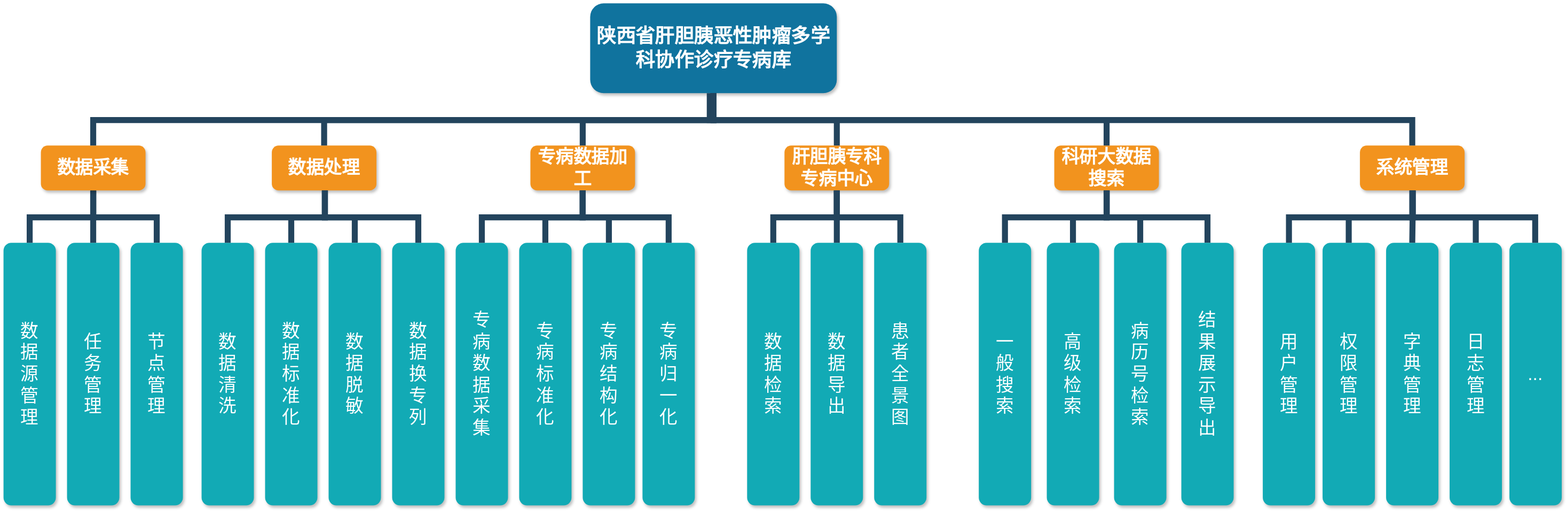
young2hao/test keeps this draw.io diagram as gnjgt.svg. Above is the earlier version. Source tidied: cells renumbered, new cells last; positions are measured from the earlier drawing's top-left corner, leaving out a move shared by most shapes.
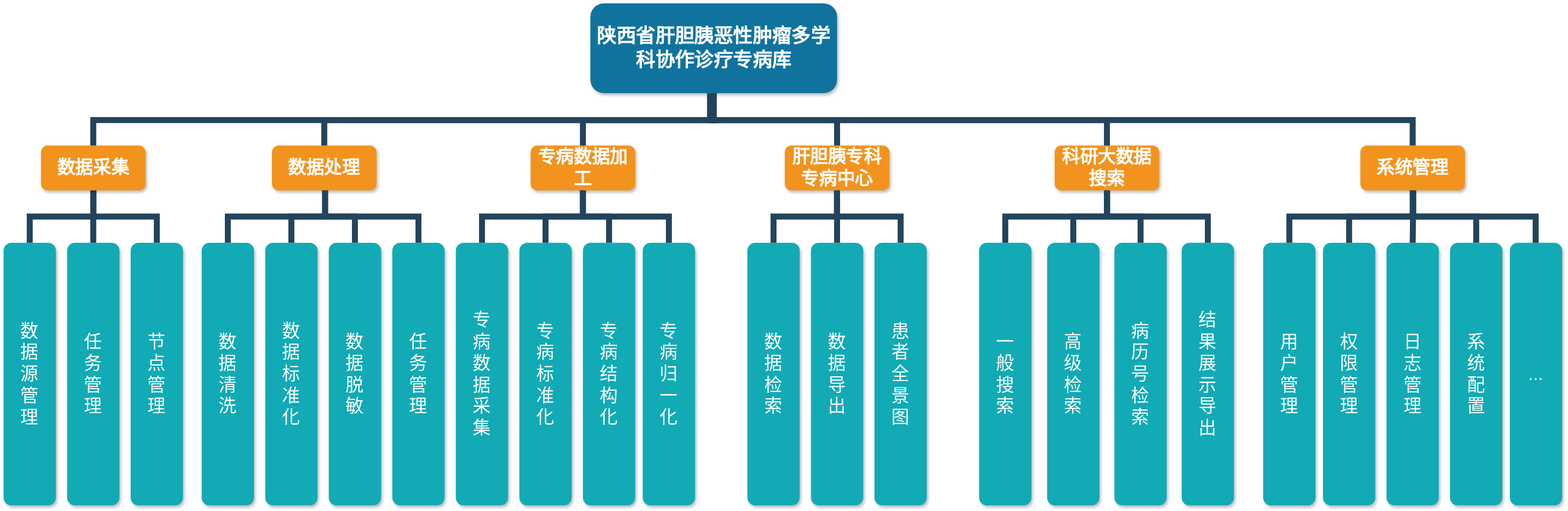
Later version of the same file.

Diff of the diagram source:
```diff
@@ -152,7 +152,7 @@
         <mxPoint x="430" y="250" as="sourcePoint" />
       </mxGeometry>
     </mxCell>
-    <mxCell id="43" value="数&#10;据&#10;换&#10;专&#10;列" style="whiteSpace=wrap;rounded=1;fillColor=#12AAB5;strokeColor=none;shadow=1;fontColor=#FFFFFF;fontSize=24;" parent="1" vertex="1">
+    <mxCell id="43" value="任&#10;务&#10;管&#10;理" style="whiteSpace=wrap;rounded=1;fillColor=#12AAB5;strokeColor=none;shadow=1;fontColor=#FFFFFF;fontSize=24;" parent="1" vertex="1">
       <mxGeometry x="520" y="320" width="70" height="351" as="geometry" />
     </mxCell>
     <mxCell id="44" style="edgeStyle=elbowEdgeStyle;elbow=vertical;rounded=0;fontColor=#000000;endArrow=none;endFill=0;strokeWidth=8;strokeColor=#23445D;entryX=0.5;entryY=0;entryDx=0;entryDy=0;exitX=0.5;exitY=1;exitDx=0;exitDy=0;" parent="1" edge="1" target="43">
@@ -176,10 +176,10 @@
         <mxPoint x="1885.5" y="250" as="sourcePoint" />
       </mxGeometry>
     </mxCell>
-    <mxCell id="49" value="日&#10;志&#10;管&#10;理" style="whiteSpace=wrap;rounded=1;fillColor=#12AAB5;strokeColor=none;shadow=1;fontColor=#FFFFFF;fontSize=24;" parent="1" vertex="1">
+    <mxCell id="49" value="系&#10;统&#10;配&#10;置" style="whiteSpace=wrap;rounded=1;fillColor=#12AAB5;strokeColor=none;shadow=1;fontColor=#FFFFFF;fontSize=24;" parent="1" vertex="1">
       <mxGeometry x="1935" y="320" width="70" height="351" as="geometry" />
     </mxCell>
-    <mxCell id="50" value="字&#10;典&#10;管&#10;理" style="whiteSpace=wrap;rounded=1;fillColor=#12AAB5;strokeColor=none;shadow=1;fontColor=#FFFFFF;fontSize=24;" parent="1" vertex="1">
+    <mxCell id="50" value="日&#10;志&#10;管&#10;理" style="whiteSpace=wrap;rounded=1;fillColor=#12AAB5;strokeColor=none;shadow=1;fontColor=#FFFFFF;fontSize=24;" parent="1" vertex="1">
       <mxGeometry x="1850" y="320" width="70" height="351" as="geometry" />
     </mxCell>
     <mxCell id="51" style="edgeStyle=elbowEdgeStyle;elbow=vertical;rounded=0;fontColor=#000000;endArrow=none;endFill=0;strokeWidth=8;strokeColor=#23445D;entryX=0.5;entryY=0;entryDx=0;entryDy=0;" parent="1" edge="1" target="50">
```
